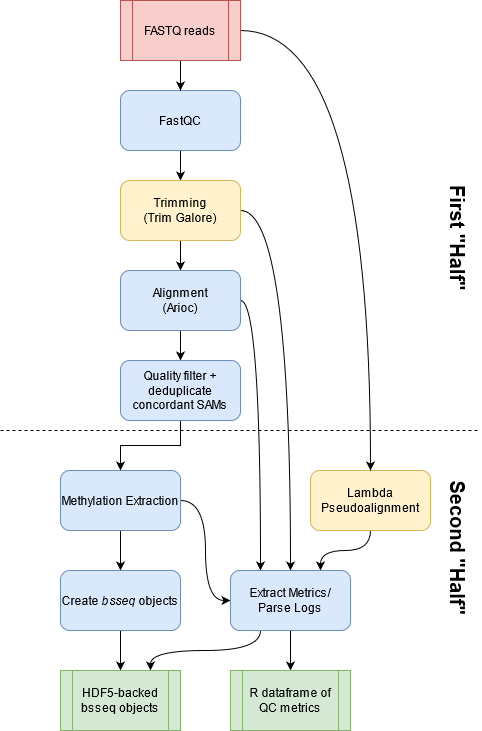
LieberInstitute/BiocMAP keeps this draw.io diagram as workflow.png. Above is the earlier version. Source tidied: cells renumbered, new cells last; positions are measured from the earlier drawing's top-left corner, leaving out a move shared by most shapes.
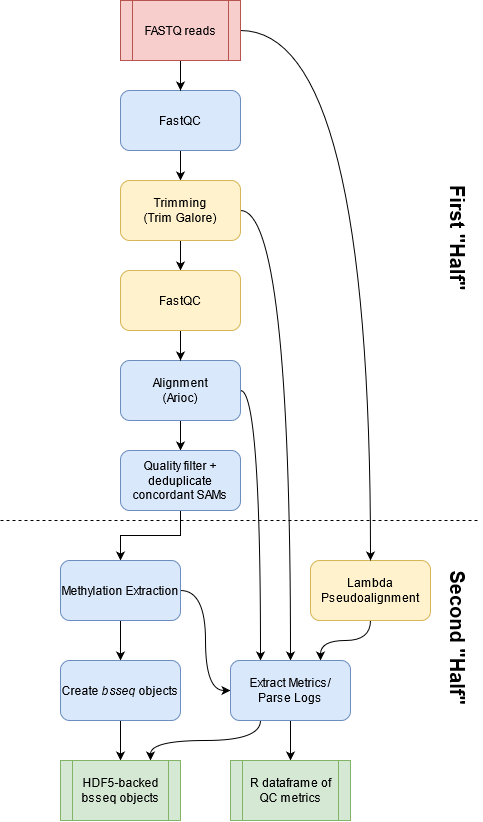
Above is the later version.

Commit message:
Correctly publish output files when performing FastQC after trimming; correctly generate the keys of 'rules.txt' regardless of trimming settings

Change to the diagram source:
```diff
@@ -6,16 +6,16 @@
       <mxGeometry relative="1" as="geometry" />
     </mxCell>
     <mxCell id="3" value="FastQC" style="rounded=1;whiteSpace=wrap;html=1;fillColor=#dae8fc;strokeColor=#6c8ebf;" parent="1" vertex="1">
-      <mxGeometry x="120" y="90" width="120" height="60" as="geometry" />
+      <mxGeometry x="120" width="120" height="60" as="geometry" />
     </mxCell>
-    <mxCell id="4" style="edgeStyle=orthogonalEdgeStyle;rounded=0;jettySize=auto;html=1;exitX=0.5;exitY=1;exitDx=0;exitDy=0;entryX=0.5;entryY=0;entryDx=0;entryDy=0;" parent="1" edge="1" source="6" target="9">
-      <mxGeometry relative="1" as="geometry" />
-    </mxCell>
     <mxCell id="5" style="edgeStyle=orthogonalEdgeStyle;curved=1;jettySize=auto;html=1;exitX=1;exitY=0.5;exitDx=0;exitDy=0;entryX=0.5;entryY=0;entryDx=0;entryDy=0;" parent="1" edge="1" source="6" target="19">
       <mxGeometry relative="1" as="geometry" />
     </mxCell>
+    <mxCell id="30" style="edgeStyle=orthogonalEdgeStyle;rounded=0;jettySize=auto;html=1;exitX=0.5;exitY=1;exitDx=0;exitDy=0;entryX=0.5;entryY=0;entryDx=0;entryDy=0;" parent="1" edge="1" source="6" target="32">
+      <mxGeometry relative="1" as="geometry" />
+    </mxCell>
     <mxCell id="6" value="Trimming&lt;br&gt;(Trim Galore)" style="rounded=1;whiteSpace=wrap;html=1;fillColor=#fff2cc;strokeColor=#d6b656;" parent="1" vertex="1">
-      <mxGeometry x="120" y="180" width="120" height="60" as="geometry" />
+      <mxGeometry x="120" y="90" width="120" height="60" as="geometry" />
     </mxCell>
     <mxCell id="7" style="edgeStyle=orthogonalEdgeStyle;rounded=0;jettySize=auto;html=1;entryX=0.5;entryY=0;entryDx=0;entryDy=0;" parent="1" edge="1" source="9" target="11">
       <mxGeometry relative="1" as="geometry" />
@@ -75,7 +75,7 @@
       <mxGeometry relative="1" as="geometry" />
     </mxCell>
     <mxCell id="26" value="FASTQ reads" style="shape=process;whiteSpace=wrap;html=1;backgroundOutline=1;shadow=0;fillColor=#f8cecc;strokeColor=#b85450;" parent="1" vertex="1">
-      <mxGeometry x="120" width="120" height="60" as="geometry" />
+      <mxGeometry x="120" y="-90" width="120" height="60" as="geometry" />
     </mxCell>
     <mxCell id="27" style="endArrow=none;dashed=1;html=1;" parent="1" edge="1">
       <mxGeometry relative="1" as="geometry">
@@ -84,10 +84,16 @@
       </mxGeometry>
     </mxCell>
     <mxCell id="28" value="&lt;font style=&quot;font-size: 20px&quot;&gt;&lt;b&gt;&lt;font style=&quot;font-size: 20px&quot;&gt;First &quot;Half&quot;&lt;/font&gt;&lt;/b&gt;&lt;/font&gt;" style="text;html=1;strokeColor=none;fillColor=none;align=center;verticalAlign=middle;whiteSpace=wrap;rounded=0;rotation=90;" parent="1" vertex="1">
-      <mxGeometry x="400" y="220" width="117.5" height="35" as="geometry" />
+      <mxGeometry x="400" y="130" width="117.5" height="35" as="geometry" />
     </mxCell>
     <mxCell id="29" value="&lt;b&gt;&lt;font style=&quot;font-size: 20px&quot;&gt;Second &quot;Half&quot;&lt;/font&gt;&lt;/b&gt;" style="text;html=1;strokeColor=none;fillColor=none;align=center;verticalAlign=middle;whiteSpace=wrap;rounded=0;rotation=90;" parent="1" vertex="1">
       <mxGeometry x="390" y="530" width="137.5" height="35" as="geometry" />
     </mxCell>
+    <mxCell id="31" style="edgeStyle=orthogonalEdgeStyle;rounded=0;jettySize=auto;html=1;exitX=0.5;exitY=1;exitDx=0;exitDy=0;entryX=0.5;entryY=0;entryDx=0;entryDy=0;" parent="1" edge="1" source="32" target="9">
+      <mxGeometry relative="1" as="geometry" />
+    </mxCell>
+    <mxCell id="32" value="FastQC" style="rounded=1;whiteSpace=wrap;html=1;fillColor=#fff2cc;strokeColor=#d6b656;" parent="1" vertex="1">
+      <mxGeometry x="120" y="180" width="120" height="60" as="geometry" />
+    </mxCell>
   </root>
 </mxGraphModel>
```
